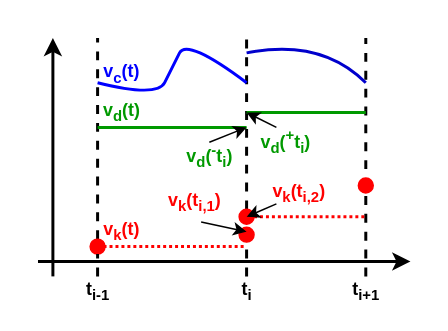
modelica/fmi-standard keeps this draw.io diagram as docs/images/PieceWiseContinuousVariables.drawio. Above is the earlier version. Source tidied: cells renumbered, new cells numbered last; positions are measured from the earlier drawing's top-left corner, leaving out a move shared by most shapes. Both pictures are drawn from the tidied source at 149%, with x=0, y=0 at pixel (37, 37).
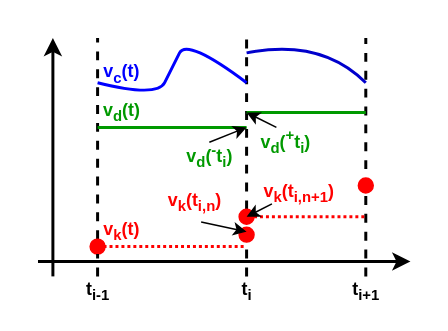
After the change.

Commit message (it also covers changes not shown here):
Changed index in figure to n/n+1

Diff of the diagram source:
```diff
@@
-    <mxCell id="29" value="&lt;font color=&quot;#ff0000&quot;&gt;&lt;b&gt;v&lt;sub&gt;k&lt;/sub&gt;&lt;/b&gt;&lt;b&gt;(t&lt;sub&gt;i,1&lt;/sub&gt;)&lt;/b&gt;&lt;/font&gt;" style="text;html=1;align=center;verticalAlign=middle;points=[];fillColor=none;strokeColor=none;rounded=0;" parent="1" vertex="1">
+    <mxCell id="29" value="&lt;font color=&quot;#ff0000&quot;&gt;&lt;b&gt;v&lt;sub&gt;k&lt;/sub&gt;&lt;/b&gt;&lt;b&gt;(t&lt;sub&gt;i,n&lt;/sub&gt;)&lt;/b&gt;&lt;/font&gt;" style="text;html=1;align=center;verticalAlign=middle;points=[];fillColor=none;strokeColor=none;rounded=0;" parent="1" vertex="1">
       <mxGeometry x="80" y="100" width="50" height="20" as="geometry" />
     </mxCell>
-    <mxCell id="30" value="&lt;font color=&quot;#ff0000&quot;&gt;&lt;b&gt;v&lt;sub&gt;k&lt;/sub&gt;&lt;/b&gt;&lt;b&gt;(t&lt;sub&gt;i,2&lt;/sub&gt;)&lt;/b&gt;&lt;/font&gt;" style="text;html=1;align=center;verticalAlign=middle;points=[];fillColor=none;strokeColor=none;rounded=0;" parent="1" vertex="1">
-      <mxGeometry x="150" y="94" width="50" height="20" as="geometry" />
+    <mxCell id="30" value="&lt;font color=&quot;#ff0000&quot;&gt;&lt;b&gt;v&lt;sub&gt;k&lt;/sub&gt;&lt;/b&gt;&lt;b&gt;(t&lt;sub&gt;i,n+1&lt;/sub&gt;)&lt;/b&gt;&lt;/font&gt;" style="text;html=1;align=center;verticalAlign=middle;points=[];fillColor=none;strokeColor=none;rounded=0;" parent="1" vertex="1">
+      <mxGeometry x="145" y="94" width="60" height="20" as="geometry" />
     </mxCell>
```
